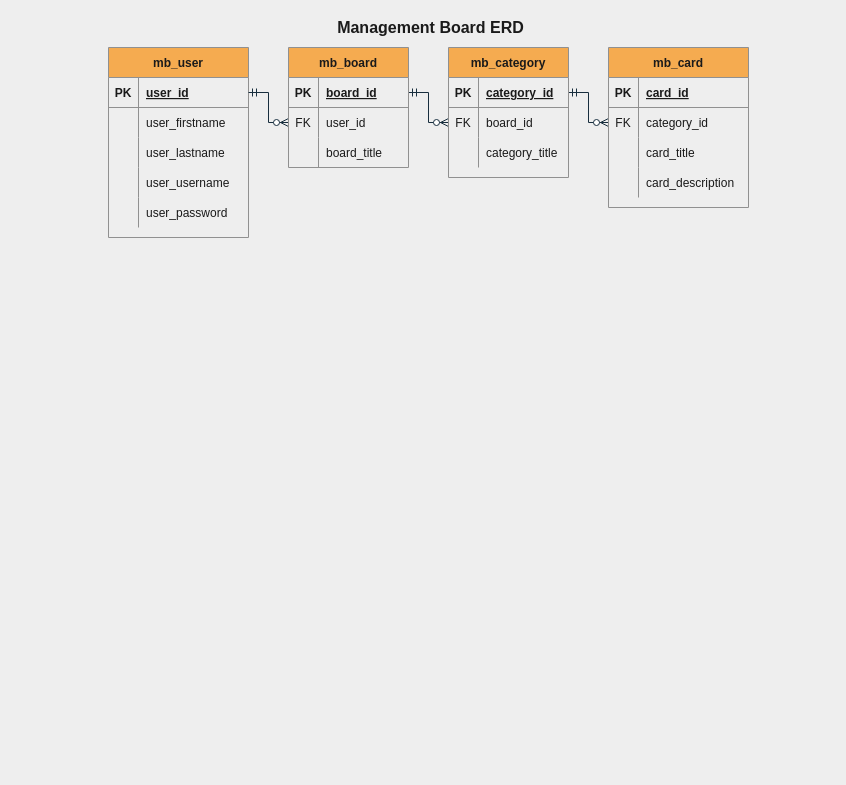
mjmbuilds/StagingManagementBoardProject keeps this draw.io diagram as ManagementBoardBack/src/main/resources/db/erd.drawio. Above is the earlier version. Source tidied: cells renumbered, new cells numbered last; positions are measured from the earlier drawing's top-left corner, leaving out a move shared by most shapes. Both pictures are drawn from the tidied source at 100%, with x=0, y=0 at pixel (108, 17).
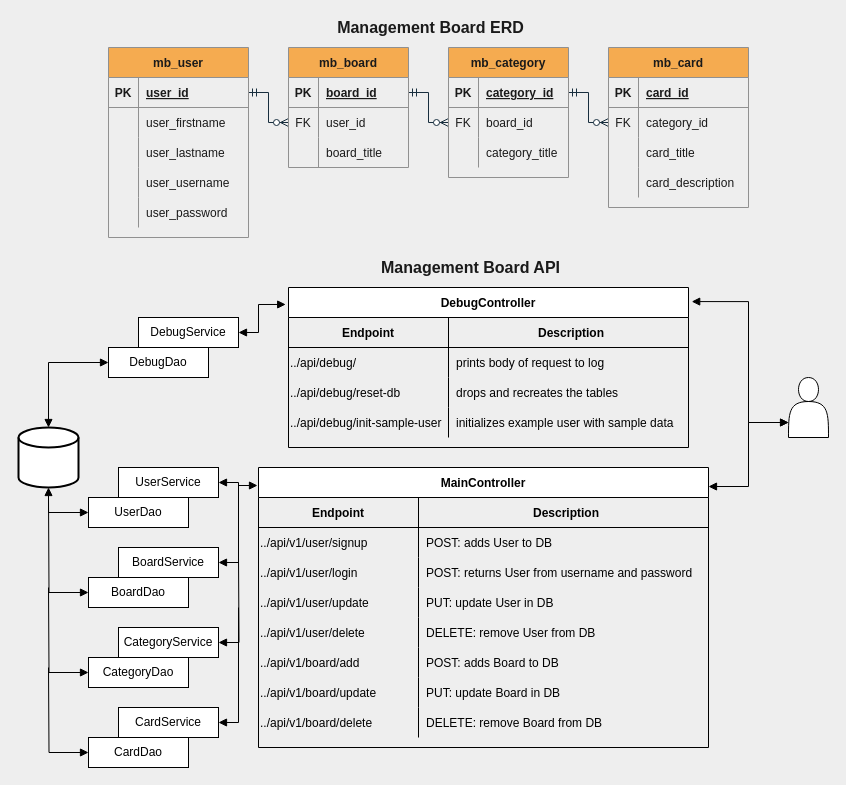
The same diagram, later.

The change refers to these unchanged cells:
```xml
<mxCell id="3" style="shape=partialRectangle;fillColor=none;top=0;left=0;bottom=1;right=0;points=[[0,0.5],[1,0.5]];portConstraint=eastwest;strokeColor=#909090;fontColor=#1A1A1A;" parent="2" vertex="1">
  <mxGeometry y="30" width="140" height="30" as="geometry" />
</mxCell>
<mxCell id="23" style="shape=partialRectangle;fillColor=none;top=0;left=0;bottom=1;right=0;points=[[0,0.5],[1,0.5]];portConstraint=eastwest;strokeColor=#909090;fontColor=#1A1A1A;" parent="22" vertex="1">
  <mxGeometry y="30" width="120" height="30" as="geometry" />
</mxCell>
<mxCell id="26" style="shape=partialRectangle;fillColor=none;top=0;left=0;bottom=0;right=0;points=[[0,0.5],[1,0.5]];portConstraint=eastwest;strokeColor=#909090;fontColor=#1A1A1A;" parent="22" vertex="1">
  <mxGeometry y="60" width="120" height="30" as="geometry" />
</mxCell>
<mxCell id="33" style="shape=partialRectangle;fillColor=none;top=0;left=0;bottom=1;right=0;points=[[0,0.5],[1,0.5]];portConstraint=eastwest;strokeColor=#909090;fontColor=#1A1A1A;" parent="32" vertex="1">
  <mxGeometry y="30" width="120" height="30" as="geometry" />
</mxCell>
<mxCell id="36" style="shape=partialRectangle;fillColor=none;top=0;left=0;bottom=0;right=0;points=[[0,0.5],[1,0.5]];portConstraint=eastwest;strokeColor=#909090;fontColor=#1A1A1A;" parent="32" vertex="1">
  <mxGeometry y="60" width="120" height="30" as="geometry" />
</mxCell>
<mxCell id="46" style="shape=partialRectangle;fillColor=none;top=0;left=0;bottom=0;right=0;points=[[0,0.5],[1,0.5]];portConstraint=eastwest;strokeColor=#909090;fontColor=#1A1A1A;" parent="42" vertex="1">
  <mxGeometry y="60" width="140" height="30" as="geometry" />
</mxCell>
```

The edit, as a diff of the source:
```diff
@@
+    <mxCell id="18" style="edgeStyle=orthogonalEdgeStyle;rounded=0;jettySize=auto;html=1;exitX=0;exitY=0.5;exitDx=0;exitDy=0;entryX=1;entryY=0.5;entryDx=0;entryDy=0;endArrow=ERmandOne;endFill=0;startArrow=ERzeroToMany;startFill=1;strokeColor=#182E3E;fontColor=#1A1A1A;labelBackgroundColor=#EEEEEE;" parent="1" edge="1" source="26" target="3">
+      <mxGeometry relative="1" as="geometry" />
+    </mxCell>
+    <mxCell id="19" style="edgeStyle=orthogonalEdgeStyle;rounded=0;jettySize=auto;html=1;exitX=0;exitY=0.5;exitDx=0;exitDy=0;entryX=1;entryY=0.5;entryDx=0;entryDy=0;startArrow=ERzeroToMany;startFill=1;endArrow=ERmandOne;endFill=0;strokeColor=#182E3E;fontColor=#1A1A1A;labelBackgroundColor=#EEEEEE;" parent="1" edge="1" source="36" target="23">
+      <mxGeometry relative="1" as="geometry" />
+    </mxCell>
+    <mxCell id="20" style="edgeStyle=orthogonalEdgeStyle;rounded=0;jettySize=auto;html=1;exitX=0;exitY=0.5;exitDx=0;exitDy=0;entryX=1;entryY=0.5;entryDx=0;entryDy=0;startArrow=ERzeroToMany;startFill=1;endArrow=ERmandOne;endFill=0;strokeColor=#182E3E;fontColor=#1A1A1A;labelBackgroundColor=#EEEEEE;" parent="1" edge="1" source="46" target="33">
+      <mxGeometry relative="1" as="geometry" />
+    </mxCell>
+    <mxCell id="21" value="&lt;b&gt;&lt;font style=&quot;font-size: 16px&quot;&gt;Management Board ERD&lt;/font&gt;&lt;/b&gt;" style="text;html=1;strokeColor=none;fillColor=none;align=center;verticalAlign=middle;whiteSpace=wrap;rounded=0;sketch=0;fontColor=#1A1A1A;" parent="1" vertex="1">
+      <mxGeometry x="210" width="225" height="20" as="geometry" />
+    </mxCell>
+    <mxCell id="55" value="&lt;b&gt;&lt;font style=&quot;font-size: 16px&quot;&gt;Management Board API&lt;/font&gt;&lt;/b&gt;" style="text;html=1;strokeColor=none;fillColor=none;align=center;verticalAlign=middle;whiteSpace=wrap;rounded=0;sketch=0;fontColor=#1A1A1A;" parent="1" vertex="1">
+      <mxGeometry x="250" y="240" width="225" height="20" as="geometry" />
+    </mxCell>
+    <mxCell id="56" style="strokeWidth=2;html=1;shape=mxgraph.flowchart.database;whiteSpace=wrap;align=left;" parent="1" vertex="1">
+      <mxGeometry x="-90" y="410" width="60" height="60" as="geometry" />
+    </mxCell>
+    <mxCell id="57" style="shape=actor;whiteSpace=wrap;html=1;align=left;" parent="1" vertex="1">
+      <mxGeometry x="680" y="360" width="40" height="60" as="geometry" />
+    </mxCell>
@@
-    <mxCell id="18" style="edgeStyle=orthogonalEdgeStyle;rounded=0;jettySize=auto;html=1;exitX=0;exitY=0.5;exitDx=0;exitDy=0;entryX=1;entryY=0.5;entryDx=0;entryDy=0;endArrow=ERmandOne;endFill=0;startArrow=ERzeroToMany;startFill=1;strokeColor=#182E3E;fontColor=#1A1A1A;labelBackgroundColor=#EEEEEE;" parent="1" edge="1" source="26" target="3">
-      <mxGeometry relative="1" as="geometry" />
-    </mxCell>
-    <mxCell id="19" style="edgeStyle=orthogonalEdgeStyle;rounded=0;jettySize=auto;html=1;exitX=0;exitY=0.5;exitDx=0;exitDy=0;entryX=1;entryY=0.5;entryDx=0;entryDy=0;startArrow=ERzeroToMany;startFill=1;endArrow=ERmandOne;endFill=0;strokeColor=#182E3E;fontColor=#1A1A1A;labelBackgroundColor=#EEEEEE;" parent="1" edge="1" source="36" target="23">
-      <mxGeometry relative="1" as="geometry" />
-    </mxCell>
-    <mxCell id="20" style="edgeStyle=orthogonalEdgeStyle;rounded=0;jettySize=auto;html=1;exitX=0;exitY=0.5;exitDx=0;exitDy=0;entryX=1;entryY=0.5;entryDx=0;entryDy=0;startArrow=ERzeroToMany;startFill=1;endArrow=ERmandOne;endFill=0;strokeColor=#182E3E;fontColor=#1A1A1A;labelBackgroundColor=#EEEEEE;" parent="1" edge="1" source="46" target="33">
-      <mxGeometry relative="1" as="geometry" />
-    </mxCell>
-    <mxCell id="21" value="&lt;b&gt;&lt;font style=&quot;font-size: 16px&quot;&gt;Management Board ERD&lt;/font&gt;&lt;/b&gt;" style="text;html=1;strokeColor=none;fillColor=none;align=center;verticalAlign=middle;whiteSpace=wrap;rounded=0;sketch=0;fontColor=#1A1A1A;" parent="1" vertex="1">
-      <mxGeometry x="210" width="225" height="20" as="geometry" />
-    </mxCell>
@@
+    <mxCell id="58" value="MainController" style="shape=table;startSize=30;childLayout=tableLayout;rowLines=0;fontStyle=1;align=center;" parent="1" vertex="1">
+      <mxGeometry x="150" y="450" width="450" height="280" as="geometry" />
+    </mxCell>
+    <mxCell id="59" style="shape=partialRectangle;fillColor=none;top=0;left=0;bottom=1;right=0;" parent="58" vertex="1">
+      <mxGeometry y="30" width="450" height="30" as="geometry" />
+    </mxCell>
+    <mxCell id="60" value="Endpoint" style="shape=partialRectangle;fillColor=none;top=0;left=0;bottom=0;right=0;fontStyle=1;overflow=hidden;" parent="59" vertex="1">
+      <mxGeometry width="160" height="30" as="geometry" />
+    </mxCell>
+    <mxCell id="61" value="Description" style="shape=partialRectangle;fillColor=none;top=0;left=0;bottom=0;right=0;align=center;spacingLeft=6;fontStyle=1;overflow=hidden;" parent="59" vertex="1">
+      <mxGeometry x="160" width="290" height="30" as="geometry" />
+    </mxCell>
+    <mxCell id="62" style="shape=partialRectangle;fillColor=none;top=0;left=0;bottom=0;right=0;" parent="58" vertex="1">
+      <mxGeometry y="60" width="450" height="30" as="geometry" />
+    </mxCell>
+    <mxCell id="63" value="../api/v1/user/signup" style="shape=partialRectangle;fillColor=none;top=0;left=0;bottom=0;right=0;overflow=hidden;align=left;" parent="62" vertex="1">
+      <mxGeometry width="160" height="30" as="geometry" />
+    </mxCell>
+    <mxCell id="64" value="POST: adds User to DB" style="shape=partialRectangle;fillColor=none;top=0;left=0;bottom=0;right=0;align=left;spacingLeft=6;overflow=hidden;" parent="62" vertex="1">
+      <mxGeometry x="160" width="290" height="30" as="geometry" />
+    </mxCell>
+    <mxCell id="65" style="shape=partialRectangle;fillColor=none;top=0;left=0;bottom=0;right=0;" parent="58" vertex="1">
+      <mxGeometry y="90" width="450" height="30" as="geometry" />
+    </mxCell>
+    <mxCell id="66" value="../api/v1/user/login" style="shape=partialRectangle;fillColor=none;top=0;left=0;bottom=0;right=0;overflow=hidden;align=left;" parent="65" vertex="1">
+      <mxGeometry width="160" height="30" as="geometry" />
+    </mxCell>
+    <mxCell id="67" value="POST: returns User from username and password" style="shape=partialRectangle;fillColor=none;top=0;left=0;bottom=0;right=0;align=left;spacingLeft=6;overflow=hidden;" parent="65" vertex="1">
+      <mxGeometry x="160" width="290" height="30" as="geometry" />
+    </mxCell>
+    <mxCell id="68" style="shape=partialRectangle;fillColor=none;top=0;left=0;bottom=0;right=0;" parent="58" vertex="1">
+      <mxGeometry y="120" width="450" height="30" as="geometry" />
+    </mxCell>
+    <mxCell id="69" value="../api/v1/user/update" style="shape=partialRectangle;fillColor=none;top=0;left=0;bottom=0;right=0;overflow=hidden;align=left;" parent="68" vertex="1">
+      <mxGeometry width="160" height="30" as="geometry" />
+    </mxCell>
+    <mxCell id="70" value="PUT: update User in DB" style="shape=partialRectangle;fillColor=none;top=0;left=0;bottom=0;right=0;align=left;spacingLeft=6;overflow=hidden;" parent="68" vertex="1">
+      <mxGeometry x="160" width="290" height="30" as="geometry" />
+    </mxCell>
+    <mxCell id="71" style="shape=partialRectangle;fillColor=none;top=0;left=0;bottom=0;right=0;" parent="58" vertex="1">
+      <mxGeometry y="150" width="450" height="30" as="geometry" />
+    </mxCell>
+    <mxCell id="72" value="../api/v1/user/delete" style="shape=partialRectangle;fillColor=none;top=0;left=0;bottom=0;right=0;overflow=hidden;align=left;" parent="71" vertex="1">
+      <mxGeometry width="160" height="30" as="geometry" />
+    </mxCell>
+    <mxCell id="73" value="DELETE: remove User from DB" style="shape=partialRectangle;fillColor=none;top=0;left=0;bottom=0;right=0;align=left;spacingLeft=6;overflow=hidden;" parent="71" vertex="1">
+      <mxGeometry x="160" width="290" height="30" as="geometry" />
+    </mxCell>
+    <mxCell id="74" style="shape=partialRectangle;fillColor=none;top=0;left=0;bottom=0;right=0;" parent="58" vertex="1">
+      <mxGeometry y="180" width="450" height="30" as="geometry" />
+    </mxCell>
+    <mxCell id="75" value="../api/v1/board/add" style="shape=partialRectangle;fillColor=none;top=0;left=0;bottom=0;right=0;overflow=hidden;align=left;" parent="74" vertex="1">
+      <mxGeometry width="160" height="30" as="geometry" />
+    </mxCell>
+    <mxCell id="76" value="POST: adds Board to DB" style="shape=partialRectangle;fillColor=none;top=0;left=0;bottom=0;right=0;align=left;spacingLeft=6;overflow=hidden;" parent="74" vertex="1">
+      <mxGeometry x="160" width="290" height="30" as="geometry" />
+    </mxCell>
+    <mxCell id="77" style="shape=partialRectangle;fillColor=none;top=0;left=0;bottom=0;right=0;" parent="58" vertex="1">
+      <mxGeometry y="210" width="450" height="30" as="geometry" />
+    </mxCell>
+    <mxCell id="78" value="../api/v1/board/update" style="shape=partialRectangle;fillColor=none;top=0;left=0;bottom=0;right=0;overflow=hidden;align=left;" parent="77" vertex="1">
+      <mxGeometry width="160" height="30" as="geometry" />
+    </mxCell>
+    <mxCell id="79" value="PUT: update Board in DB" style="shape=partialRectangle;fillColor=none;top=0;left=0;bottom=0;right=0;align=left;spacingLeft=6;overflow=hidden;" parent="77" vertex="1">
+      <mxGeometry x="160" width="290" height="30" as="geometry" />
+    </mxCell>
+    <mxCell id="80" style="shape=partialRectangle;fillColor=none;top=0;left=0;bottom=0;right=0;" parent="58" vertex="1">
+      <mxGeometry y="240" width="450" height="30" as="geometry" />
+    </mxCell>
+    <mxCell id="81" value="../api/v1/board/delete" style="shape=partialRectangle;fillColor=none;top=0;left=0;bottom=0;right=0;overflow=hidden;align=left;" parent="80" vertex="1">
+      <mxGeometry width="160" height="30" as="geometry" />
+    </mxCell>
+    <mxCell id="82" value="DELETE: remove Board from DB" style="shape=partialRectangle;fillColor=none;top=0;left=0;bottom=0;right=0;align=left;spacingLeft=6;overflow=hidden;" parent="80" vertex="1">
+      <mxGeometry x="160" width="290" height="30" as="geometry" />
+    </mxCell>
+    <mxCell id="83" style="edgeStyle=orthogonalEdgeStyle;rounded=0;jettySize=auto;html=1;exitX=1.008;exitY=0.088;exitDx=0;exitDy=0;entryX=0;entryY=0.75;entryDx=0;entryDy=0;exitPerimeter=0;startArrow=block;startFill=1;" parent="1" edge="1" source="102" target="57">
+      <mxGeometry relative="1" as="geometry">
+        <Array as="points">
+          <mxPoint x="640" y="284" />
+          <mxPoint x="640" y="405" />
+        </Array>
+      </mxGeometry>
+    </mxCell>
+    <mxCell id="84" style="edgeStyle=orthogonalEdgeStyle;rounded=0;jettySize=auto;html=1;exitX=1;exitY=0.068;exitDx=0;exitDy=0;exitPerimeter=0;entryX=0;entryY=0.75;entryDx=0;entryDy=0;startArrow=block;startFill=1;endArrow=block;endFill=1;" parent="1" edge="1" source="58" target="57">
+      <mxGeometry relative="1" as="geometry">
+        <Array as="points">
+          <mxPoint x="640" y="469" />
+          <mxPoint x="640" y="405" />
+        </Array>
+      </mxGeometry>
+    </mxCell>
+    <mxCell id="85" value="DebugService" style="whiteSpace=wrap;html=1;align=center;" parent="1" vertex="1">
+      <mxGeometry x="30" y="300" width="100" height="30" as="geometry" />
+    </mxCell>
+    <mxCell id="86" style="edgeStyle=orthogonalEdgeStyle;rounded=0;jettySize=auto;html=1;exitX=0;exitY=0.5;exitDx=0;exitDy=0;entryX=0.5;entryY=0;entryDx=0;entryDy=0;entryPerimeter=0;startArrow=block;startFill=1;endArrow=block;endFill=1;" parent="1" edge="1" source="87" target="56">
+      <mxGeometry relative="1" as="geometry" />
+    </mxCell>
+    <mxCell id="87" value="DebugDao" style="whiteSpace=wrap;html=1;align=center;" parent="1" vertex="1">
+      <mxGeometry y="330" width="100" height="30" as="geometry" />
+    </mxCell>
+    <mxCell id="88" value="UserService" style="whiteSpace=wrap;html=1;align=center;" parent="1" vertex="1">
+      <mxGeometry x="10" y="450" width="100" height="30" as="geometry" />
+    </mxCell>
+    <mxCell id="89" style="edgeStyle=orthogonalEdgeStyle;rounded=0;jettySize=auto;html=1;exitX=0;exitY=0.5;exitDx=0;exitDy=0;entryX=0.5;entryY=1;entryDx=0;entryDy=0;entryPerimeter=0;startArrow=block;startFill=1;endArrow=block;endFill=1;" parent="1" edge="1" source="90" target="56">
+      <mxGeometry relative="1" as="geometry" />
+    </mxCell>
+    <mxCell id="90" value="UserDao" style="whiteSpace=wrap;html=1;align=center;" parent="1" vertex="1">
+      <mxGeometry x="-20" y="480" width="100" height="30" as="geometry" />
+    </mxCell>
+    <mxCell id="91" value="BoardService" style="whiteSpace=wrap;html=1;align=center;" parent="1" vertex="1">
+      <mxGeometry x="10" y="530" width="100" height="30" as="geometry" />
+    </mxCell>
+    <mxCell id="92" style="edgeStyle=orthogonalEdgeStyle;rounded=0;jettySize=auto;html=1;exitX=0;exitY=0.5;exitDx=0;exitDy=0;startArrow=block;startFill=1;endArrow=none;endFill=0;" parent="1" edge="1" source="93">
+      <mxGeometry relative="1" as="geometry">
+        <mxPoint x="-60" y="480" as="targetPoint" />
+      </mxGeometry>
+    </mxCell>
+    <mxCell id="93" value="BoardDao" style="whiteSpace=wrap;html=1;align=center;" parent="1" vertex="1">
+      <mxGeometry x="-20" y="560" width="100" height="30" as="geometry" />
+    </mxCell>
+    <mxCell id="94" style="edgeStyle=orthogonalEdgeStyle;rounded=0;jettySize=auto;html=1;exitX=1;exitY=0.5;exitDx=0;exitDy=0;startArrow=block;startFill=1;endArrow=none;endFill=0;" parent="1" edge="1" source="95">
+      <mxGeometry relative="1" as="geometry">
+        <mxPoint x="130" y="540" as="targetPoint" />
+      </mxGeometry>
+    </mxCell>
+    <mxCell id="95" value="CategoryService" style="whiteSpace=wrap;html=1;align=center;" parent="1" vertex="1">
+      <mxGeometry x="10" y="610" width="100" height="30" as="geometry" />
+    </mxCell>
+    <mxCell id="96" style="edgeStyle=orthogonalEdgeStyle;rounded=0;jettySize=auto;html=1;exitX=0;exitY=0.5;exitDx=0;exitDy=0;startArrow=block;startFill=1;endArrow=none;endFill=0;" parent="1" edge="1" source="97">
+      <mxGeometry relative="1" as="geometry">
+        <mxPoint x="-60" y="570" as="targetPoint" />
+      </mxGeometry>
+    </mxCell>
+    <mxCell id="97" value="CategoryDao" style="whiteSpace=wrap;html=1;align=center;" parent="1" vertex="1">
+      <mxGeometry x="-20" y="640" width="100" height="30" as="geometry" />
+    </mxCell>
+    <mxCell id="98" value="CardService" style="whiteSpace=wrap;html=1;align=center;" parent="1" vertex="1">
+      <mxGeometry x="10" y="690" width="100" height="30" as="geometry" />
+    </mxCell>
+    <mxCell id="99" style="edgeStyle=orthogonalEdgeStyle;rounded=0;jettySize=auto;html=1;exitX=0;exitY=0.5;exitDx=0;exitDy=0;startArrow=block;startFill=1;endArrow=none;endFill=0;" parent="1" edge="1" source="100">
+      <mxGeometry relative="1" as="geometry">
+        <mxPoint x="-60" y="650" as="targetPoint" />
+      </mxGeometry>
+    </mxCell>
+    <mxCell id="100" value="CardDao" style="whiteSpace=wrap;html=1;align=center;" parent="1" vertex="1">
+      <mxGeometry x="-20" y="720" width="100" height="30" as="geometry" />
+    </mxCell>
+    <mxCell id="101" style="edgeStyle=orthogonalEdgeStyle;rounded=0;jettySize=auto;html=1;exitX=-0.007;exitY=0.106;exitDx=0;exitDy=0;entryX=1;entryY=0.5;entryDx=0;entryDy=0;startArrow=block;startFill=1;endArrow=block;endFill=1;exitPerimeter=0;" parent="1" edge="1" source="102" target="85">
+      <mxGeometry relative="1" as="geometry">
+        <Array as="points">
+          <mxPoint x="150" y="287" />
+          <mxPoint x="150" y="315" />
+        </Array>
+      </mxGeometry>
+    </mxCell>
+    <mxCell id="102" value="DebugController" style="shape=table;startSize=30;childLayout=tableLayout;rowLines=0;fontStyle=1;align=center;" parent="1" vertex="1">
+      <mxGeometry x="180" y="270" width="400" height="160" as="geometry" />
+    </mxCell>
+    <mxCell id="103" style="shape=partialRectangle;fillColor=none;top=0;left=0;bottom=1;right=0;" parent="102" vertex="1">
+      <mxGeometry y="30" width="400" height="30" as="geometry" />
+    </mxCell>
+    <mxCell id="104" value="Endpoint" style="shape=partialRectangle;fillColor=none;top=0;left=0;bottom=0;right=0;fontStyle=1;overflow=hidden;" parent="103" vertex="1">
+      <mxGeometry width="160" height="30" as="geometry" />
+    </mxCell>
+    <mxCell id="105" value="Description" style="shape=partialRectangle;fillColor=none;top=0;left=0;bottom=0;right=0;align=center;spacingLeft=6;fontStyle=1;overflow=hidden;" parent="103" vertex="1">
+      <mxGeometry x="160" width="240" height="30" as="geometry" />
+    </mxCell>
+    <mxCell id="106" style="shape=partialRectangle;fillColor=none;top=0;left=0;bottom=0;right=0;" parent="102" vertex="1">
+      <mxGeometry y="60" width="400" height="30" as="geometry" />
+    </mxCell>
+    <mxCell id="107" value="../api/debug/" style="shape=partialRectangle;fillColor=none;top=0;left=0;bottom=0;right=0;overflow=hidden;align=left;" parent="106" vertex="1">
+      <mxGeometry width="160" height="30" as="geometry" />
+    </mxCell>
+    <mxCell id="108" value="prints body of request to log" style="shape=partialRectangle;fillColor=none;top=0;left=0;bottom=0;right=0;align=left;spacingLeft=6;overflow=hidden;" parent="106" vertex="1">
+      <mxGeometry x="160" width="240" height="30" as="geometry" />
+    </mxCell>
+    <mxCell id="109" style="shape=partialRectangle;fillColor=none;top=0;left=0;bottom=0;right=0;" parent="102" vertex="1">
+      <mxGeometry y="90" width="400" height="30" as="geometry" />
+    </mxCell>
+    <mxCell id="110" value="../api/debug/reset-db" style="shape=partialRectangle;fillColor=none;top=0;left=0;bottom=0;right=0;overflow=hidden;align=left;" parent="109" vertex="1">
+      <mxGeometry width="160" height="30" as="geometry" />
+    </mxCell>
+    <mxCell id="111" value="drops and recreates the tables" style="shape=partialRectangle;fillColor=none;top=0;left=0;bottom=0;right=0;align=left;spacingLeft=6;overflow=hidden;" parent="109" vertex="1">
+      <mxGeometry x="160" width="240" height="30" as="geometry" />
+    </mxCell>
+    <mxCell id="112" style="shape=partialRectangle;fillColor=none;top=0;left=0;bottom=0;right=0;" parent="102" vertex="1">
+      <mxGeometry y="120" width="400" height="30" as="geometry" />
+    </mxCell>
+    <mxCell id="113" value="../api/debug/init-sample-user" style="shape=partialRectangle;fillColor=none;top=0;left=0;bottom=0;right=0;overflow=hidden;align=left;" parent="112" vertex="1">
+      <mxGeometry width="160" height="30" as="geometry" />
+    </mxCell>
+    <mxCell id="114" value="initializes example user with sample data" style="shape=partialRectangle;fillColor=none;top=0;left=0;bottom=0;right=0;align=left;spacingLeft=6;overflow=hidden;" parent="112" vertex="1">
+      <mxGeometry x="160" width="240" height="30" as="geometry" />
+    </mxCell>
+    <mxCell id="115" style="edgeStyle=orthogonalEdgeStyle;rounded=0;jettySize=auto;html=1;entryX=1;entryY=0.5;entryDx=0;entryDy=0;startArrow=none;startFill=0;endArrow=block;endFill=1;" parent="1" edge="1" target="88">
+      <mxGeometry relative="1" as="geometry">
+        <mxPoint x="130" y="480" as="sourcePoint" />
+        <Array as="points">
+          <mxPoint x="130" y="465" />
+        </Array>
+      </mxGeometry>
+    </mxCell>
+    <mxCell id="116" style="edgeStyle=orthogonalEdgeStyle;rounded=0;jettySize=auto;html=1;entryX=1;entryY=0.5;entryDx=0;entryDy=0;startArrow=block;startFill=1;endArrow=block;endFill=1;" parent="1" edge="1" target="91">
+      <mxGeometry relative="1" as="geometry">
+        <mxPoint x="149" y="468" as="sourcePoint" />
+        <Array as="points">
+          <mxPoint x="130" y="468" />
+          <mxPoint x="130" y="545" />
+        </Array>
+      </mxGeometry>
+    </mxCell>
+    <mxCell id="117" style="edgeStyle=orthogonalEdgeStyle;rounded=0;jettySize=auto;html=1;entryX=1;entryY=0.5;entryDx=0;entryDy=0;startArrow=none;startFill=0;endArrow=block;endFill=1;" parent="1" edge="1" target="98">
+      <mxGeometry relative="1" as="geometry">
+        <mxPoint x="130" y="590" as="sourcePoint" />
+        <Array as="points">
+          <mxPoint x="130" y="705" />
+        </Array>
+      </mxGeometry>
+    </mxCell>
```
